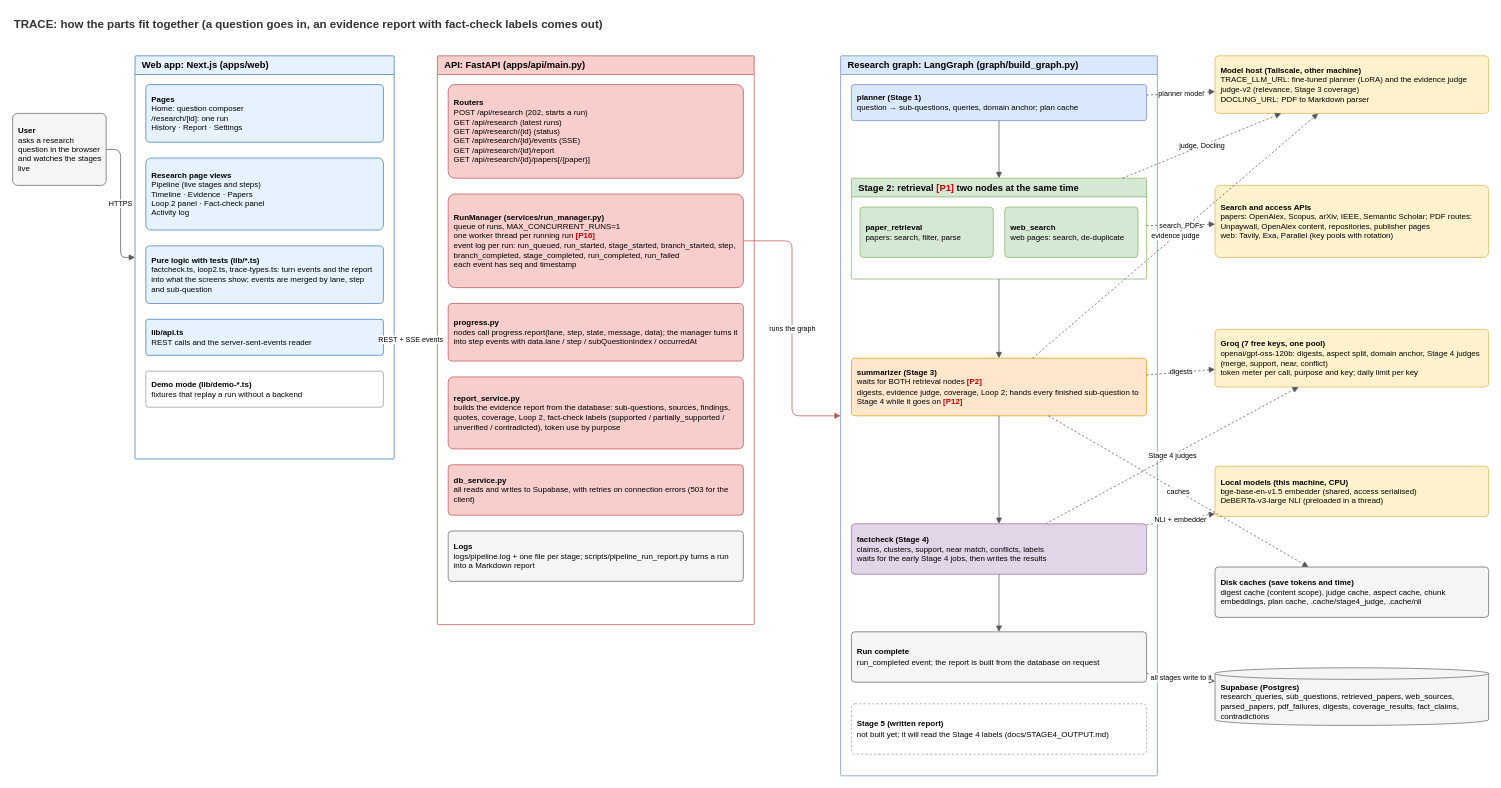
The draw.io diagram page "A System: web app, API, graph" (7 of 9) of docs/architecture/trace-architecture.drawio in minorproject1research-coder/TRACE, before the edit. Source tidied: cells renumbered, new cells numbered last; positions are measured from the earlier drawing's top-left corner, leaving out a move shared by most shapes. Both pictures are drawn from the tidied source at 72%, with x=0, y=0 at pixel (12, 12).
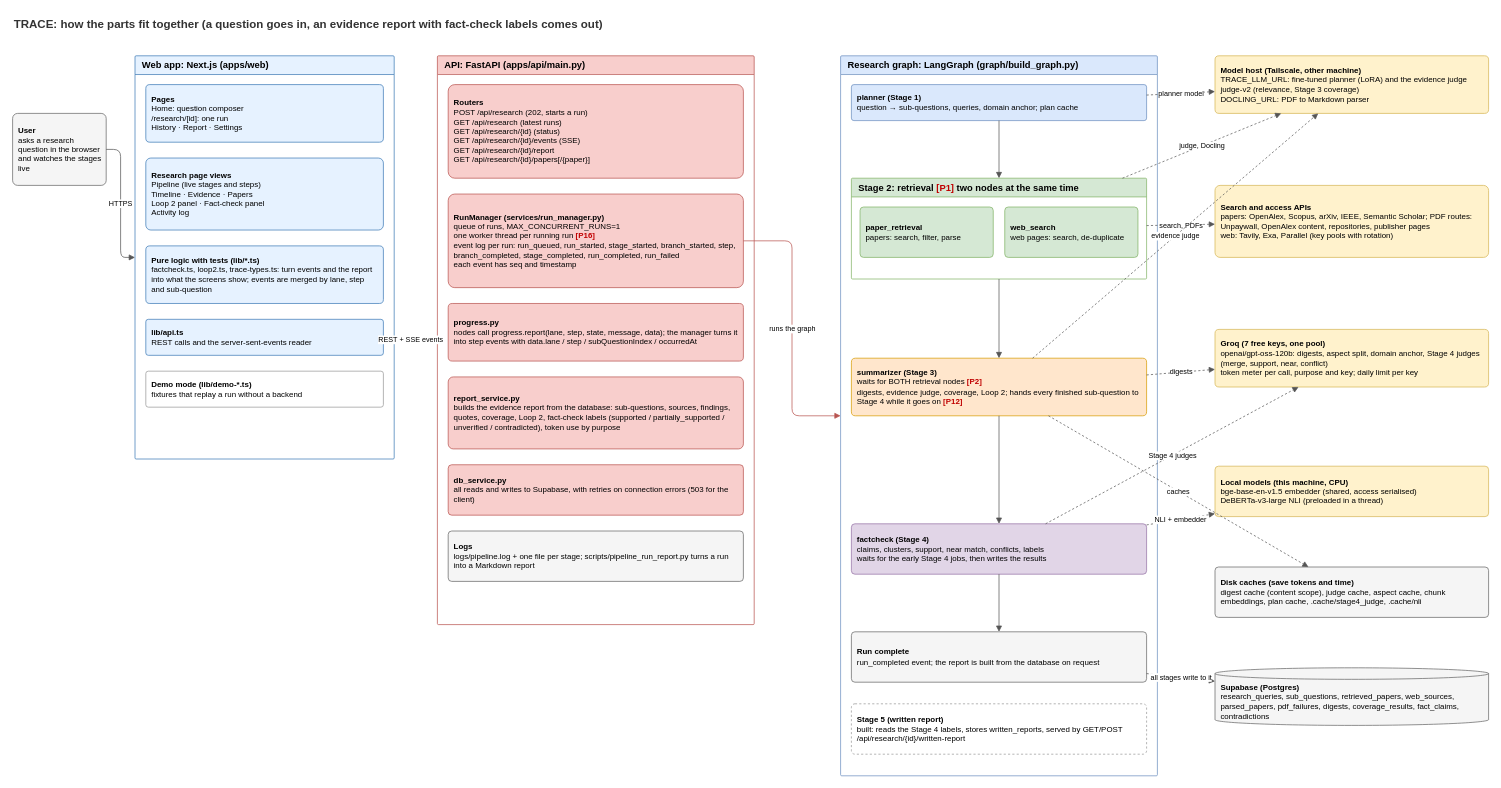
The same diagram, later.

Commit message (it also covers changes not shown here):
Architecture diagram: Stage 5 page built (was planned), overview and system pages updated

The change refers to these unchanged cells:
```xml
<mxCell id="17" value="Research graph: LangGraph (graph/build_graph.py)" style="swimlane;startSize=26;html=1;rounded=1;arcSize=2;fontStyle=1;fontSize=13;fillColor=#dae8fc;strokeColor=#6c8ebf;swimlaneFillColor=#ffffff;align=left;spacingLeft=8;whiteSpace=wrap;" parent="1" vertex="1">
  <mxGeometry x="1150" y="60" width="440" height="1000" as="geometry" />
</mxCell>
```

Diff of the diagram source:
```diff
@@
-    <mxCell id="25" value="&lt;b&gt;Stage 5 (written report)&lt;/b&gt;&lt;br&gt;not built yet; it will read the Stage 4 labels (docs/STAGE4_OUTPUT.md)" style="rounded=1;arcSize=7;whiteSpace=wrap;html=1;fontSize=11;fillColor=#ffffff;strokeColor=#999999;align=left;verticalAlign=middle;spacingLeft=6;spacingRight=6;dashed=1;" parent="17" vertex="1">
+    <mxCell id="25" value="&lt;b&gt;Stage 5 (written report)&lt;/b&gt;&lt;br&gt;built: reads the Stage 4 labels, stores written_reports, served by GET/POST /api/research/{id}/written-report" style="rounded=1;arcSize=7;whiteSpace=wrap;html=1;fontSize=11;fillColor=#ffffff;strokeColor=#999999;align=left;verticalAlign=middle;spacingLeft=6;spacingRight=6;dashed=1;" parent="17" vertex="1">
       <mxGeometry x="15" y="900" width="410" height="70" as="geometry" />
     </mxCell>
```
